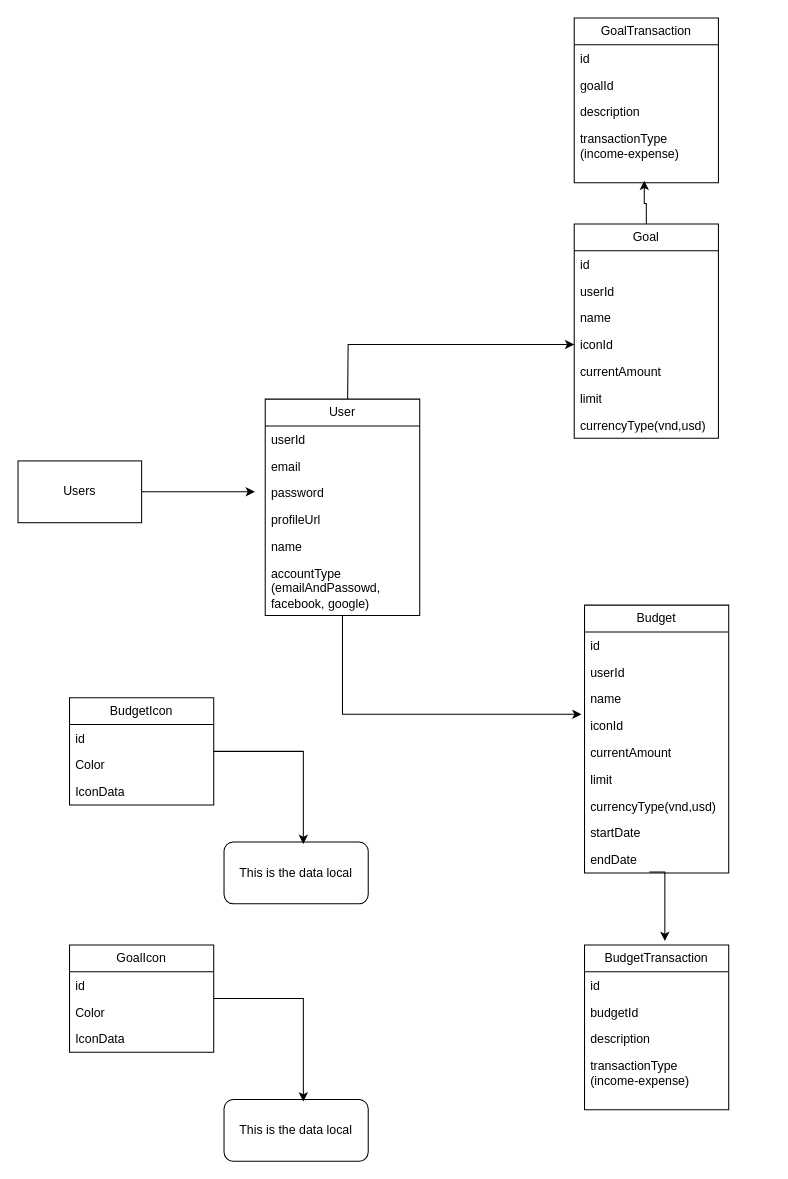
Above: budge_app.drawio in Nguyen-Loi/budge_app (draw.io), before the change. Source tidied: cells renumbered, new cells numbered last; positions are measured from the earlier drawing's top-left corner, leaving out a move shared by most shapes. Both pictures are drawn from the tidied source at 103%, with x=0, y=0 at pixel (18, 18).
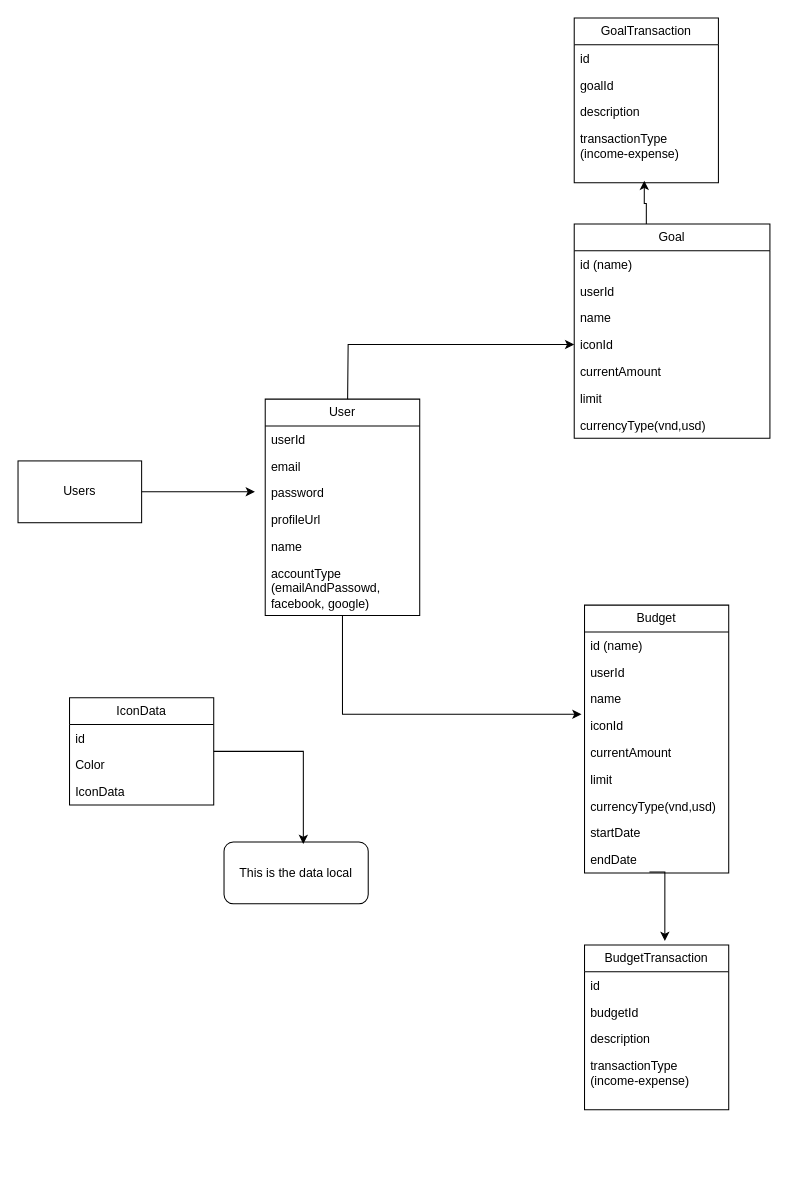
After the change.

The change refers to these unchanged cells:
```xml
<mxCell id="16" value="Budget" style="swimlane;fontStyle=0;horizontal=1;startSize=26;fillColor=none;whiteSpace=wrap;html=1;" parent="1" vertex="1">
  <mxGeometry x="550" y="570" width="140" height="260" as="geometry" />
</mxCell>
```

Diff of the diagram source:
```diff
@@
-    <mxCell id="12" value="BudgetIcon" style="swimlane;fontStyle=0;horizontal=1;startSize=26;fillColor=none;whiteSpace=wrap;html=1;" parent="1" vertex="1">
+    <mxCell id="12" value="IconData" style="swimlane;fontStyle=0;horizontal=1;startSize=26;fillColor=none;whiteSpace=wrap;html=1;" parent="1" vertex="1">
       <mxGeometry x="50" y="660" width="140" height="104" as="geometry" />
     </mxCell>
@@
-    <mxCell id="17" value="id" style="text;strokeColor=none;fillColor=none;align=left;verticalAlign=top;spacingLeft=4;spacingRight=4;overflow=hidden;whiteSpace=wrap;html=1;" parent="16" vertex="1">
+    <mxCell id="17" value="id (name)" style="text;strokeColor=none;fillColor=none;align=left;verticalAlign=top;spacingLeft=4;spacingRight=4;overflow=hidden;whiteSpace=wrap;html=1;" parent="16" vertex="1">
       <mxGeometry y="26" width="140" height="26" as="geometry" />
     </mxCell>
@@
     <mxCell id="34" value="Goal" style="swimlane;fontStyle=0;horizontal=1;startSize=26;fillColor=none;whiteSpace=wrap;html=1;" parent="1" vertex="1">
-      <mxGeometry x="540" y="200" width="140" height="208" as="geometry" />
+      <mxGeometry x="540" y="200" width="190" height="208" as="geometry" />
     </mxCell>
-    <mxCell id="35" value="id" style="text;strokeColor=none;fillColor=none;align=left;verticalAlign=top;spacingLeft=4;spacingRight=4;overflow=hidden;whiteSpace=wrap;html=1;" parent="34" vertex="1">
-      <mxGeometry y="26" width="140" height="26" as="geometry" />
+    <mxCell id="35" value="id (name)" style="text;strokeColor=none;fillColor=none;align=left;verticalAlign=top;spacingLeft=4;spacingRight=4;overflow=hidden;whiteSpace=wrap;html=1;" parent="34" vertex="1">
+      <mxGeometry y="26" width="190" height="26" as="geometry" />
     </mxCell>
     <mxCell id="36" value="userId" style="text;strokeColor=none;fillColor=none;align=left;verticalAlign=top;spacingLeft=4;spacingRight=4;overflow=hidden;whiteSpace=wrap;html=1;" parent="34" vertex="1">
-      <mxGeometry y="52" width="140" height="26" as="geometry" />
+      <mxGeometry y="52" width="190" height="26" as="geometry" />
     </mxCell>
     <mxCell id="37" value="name" style="text;strokeColor=none;fillColor=none;align=left;verticalAlign=top;spacingLeft=4;spacingRight=4;overflow=hidden;whiteSpace=wrap;html=1;" parent="34" vertex="1">
-      <mxGeometry y="78" width="140" height="26" as="geometry" />
+      <mxGeometry y="78" width="190" height="26" as="geometry" />
     </mxCell>
     <mxCell id="38" value="iconId" style="text;strokeColor=none;fillColor=none;align=left;verticalAlign=top;spacingLeft=4;spacingRight=4;overflow=hidden;points=[[0,0.5],[1,0.5]];portConstraint=eastwest;whiteSpace=wrap;html=1;" parent="34" vertex="1">
-      <mxGeometry y="104" width="140" height="26" as="geometry" />
+      <mxGeometry y="104" width="190" height="26" as="geometry" />
     </mxCell>
     <mxCell id="39" value="currentAmount" style="text;strokeColor=none;fillColor=none;align=left;verticalAlign=top;spacingLeft=4;spacingRight=4;overflow=hidden;whiteSpace=wrap;html=1;" parent="34" vertex="1">
-      <mxGeometry y="130" width="140" height="26" as="geometry" />
+      <mxGeometry y="130" width="190" height="26" as="geometry" />
     </mxCell>
     <mxCell id="40" value="limit" style="text;strokeColor=none;fillColor=none;align=left;verticalAlign=top;spacingLeft=4;spacingRight=4;overflow=hidden;whiteSpace=wrap;html=1;" parent="34" vertex="1">
-      <mxGeometry y="156" width="140" height="26" as="geometry" />
+      <mxGeometry y="156" width="190" height="26" as="geometry" />
     </mxCell>
     <mxCell id="41" value="currencyType(vnd,usd)" style="text;strokeColor=none;fillColor=none;align=left;verticalAlign=top;spacingLeft=4;spacingRight=4;overflow=hidden;whiteSpace=wrap;html=1;" parent="34" vertex="1">
-      <mxGeometry y="182" width="140" height="26" as="geometry" />
+      <mxGeometry y="182" width="190" height="26" as="geometry" />
     </mxCell>
@@
-    <mxCell id="48" value="GoalIcon" style="swimlane;fontStyle=0;horizontal=1;startSize=26;fillColor=none;whiteSpace=wrap;html=1;" parent="1" vertex="1">
-      <mxGeometry x="50" y="900" width="140" height="104" as="geometry" />
-    </mxCell>
-    <mxCell id="49" value="id" style="text;strokeColor=none;fillColor=none;align=left;verticalAlign=top;spacingLeft=4;spacingRight=4;overflow=hidden;whiteSpace=wrap;html=1;" parent="48" vertex="1">
-      <mxGeometry y="26" width="140" height="26" as="geometry" />
-    </mxCell>
-    <mxCell id="50" value="Color" style="text;strokeColor=none;fillColor=none;align=left;verticalAlign=top;spacingLeft=4;spacingRight=4;overflow=hidden;whiteSpace=wrap;html=1;" parent="48" vertex="1">
-      <mxGeometry y="52" width="140" height="26" as="geometry" />
-    </mxCell>
-    <mxCell id="51" value="IconData" style="text;strokeColor=none;fillColor=none;align=left;verticalAlign=top;spacingLeft=4;spacingRight=4;overflow=hidden;whiteSpace=wrap;html=1;" parent="48" vertex="1">
-      <mxGeometry y="78" width="140" height="26" as="geometry" />
-    </mxCell>
-    <mxCell id="52" value="This is the data local" style="rounded=1;whiteSpace=wrap;html=1;" parent="1" vertex="1">
-      <mxGeometry x="200" y="1050" width="140" height="60" as="geometry" />
-    </mxCell>
-    <mxCell id="53" style="edgeStyle=orthogonalEdgeStyle;rounded=0;jettySize=auto;html=1;entryX=0.55;entryY=0.033;entryDx=0;entryDy=0;entryPerimeter=0;" parent="1" edge="1" source="48" target="52">
-      <mxGeometry relative="1" as="geometry" />
-    </mxCell>
```
